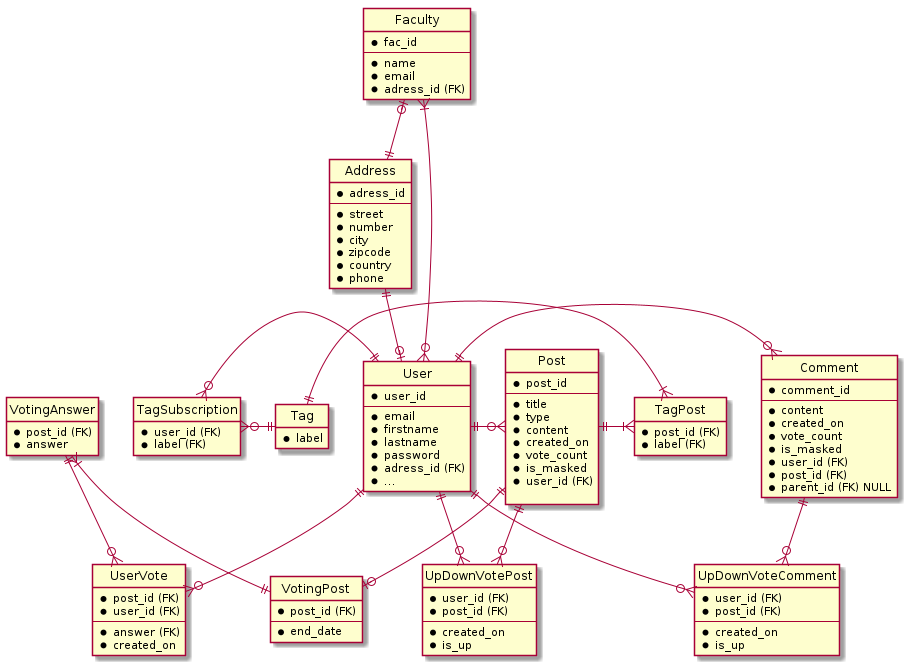
LeGroupeDeFer/infom114_LaboMDL keeps this PlantUML diagram as out/uml/database_schema/db_mdl.png. Above is the earlier version.
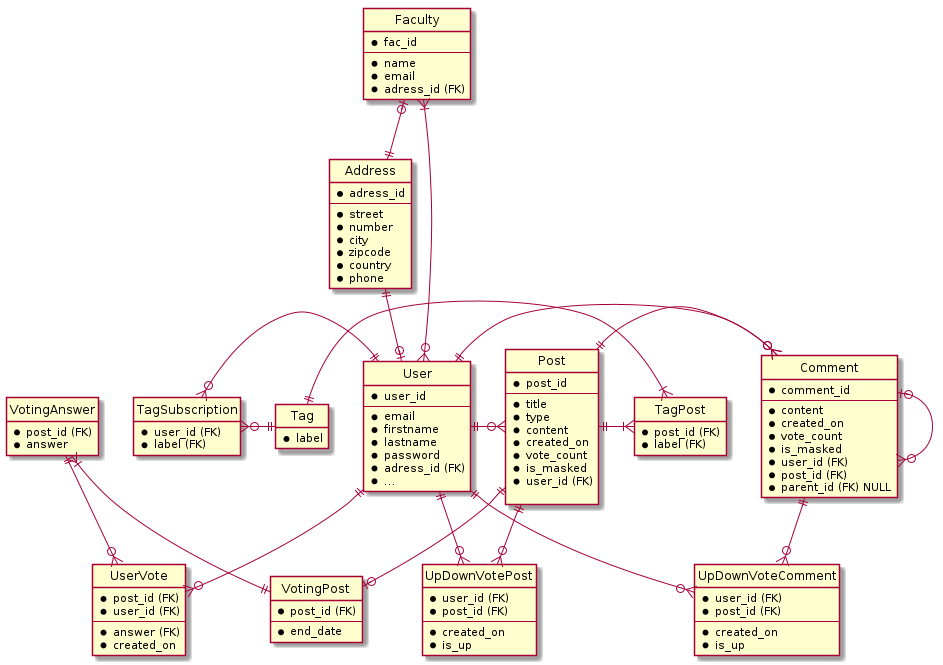
The same file after the commit.

Commit message:
Started post preview

The edit, as a diff of the source:
```diff
@@ -131,6 +131,8 @@
 User ||-o{ Comment
 User ||--o{ UpDownVoteComment
 Comment ||--o{ UpDownVoteComment
+Post ||-o{ Comment
+Comment |o--o{ Comment
 
 Post ||--o| VotingPost
 VotingAnswer}|-|| VotingPost
```
